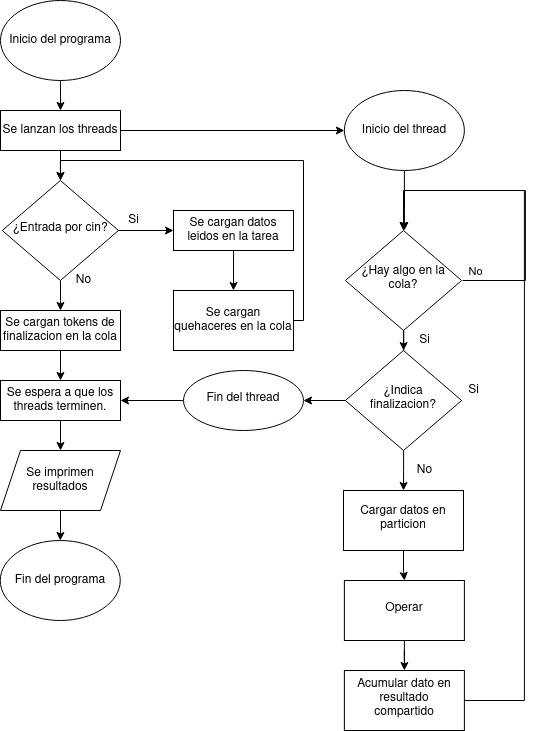
The draw.io diagram images/flow_chart.png in mati1297/tp2_taller1, before a commit. Source tidied: cells renumbered, new cells last; positions are measured from the earlier drawing's top-left corner, leaving out a move shared by most shapes. The source it was exported from:
```xml
<mxGraphModel>
  <root>
    <mxCell id="0" />
    <mxCell id="1" parent="0" />
    <mxCell id="2" style="edgeStyle=orthogonalEdgeStyle;rounded=0;jettySize=auto;html=1;" parent="1" edge="1" target="10">
      <mxGeometry relative="1" as="geometry">
        <mxPoint x="60" y="80" as="sourcePoint" />
      </mxGeometry>
    </mxCell>
    <mxCell id="3" style="edgeStyle=orthogonalEdgeStyle;rounded=0;jettySize=auto;html=1;" parent="1" edge="1" source="5" target="7">
      <mxGeometry relative="1" as="geometry" />
    </mxCell>
    <mxCell id="4" style="edgeStyle=orthogonalEdgeStyle;rounded=0;jettySize=auto;html=1;entryX=0.5;entryY=0;entryDx=0;entryDy=0;" parent="1" edge="1" source="5" target="16">
      <mxGeometry relative="1" as="geometry" />
    </mxCell>
    <mxCell id="5" value="¿Entrada por cin?" style="rhombus;whiteSpace=wrap;html=1;shadow=0;fontFamily=Helvetica;fontSize=12;align=center;strokeWidth=1;spacing=6;spacingTop=-4;" parent="1" vertex="1">
      <mxGeometry x="1.8" y="180" width="116.2" height="100" as="geometry" />
    </mxCell>
    <mxCell id="6" style="edgeStyle=orthogonalEdgeStyle;rounded=0;jettySize=auto;html=1;" parent="1" edge="1" source="7" target="13">
      <mxGeometry relative="1" as="geometry" />
    </mxCell>
    <mxCell id="7" value="&lt;div&gt;Se cargan datos&lt;/div&gt;&lt;div&gt;leidos en la tarea&lt;br&gt;&lt;/div&gt;" style="rounded=0;whiteSpace=wrap;html=1;fontSize=12;glass=0;strokeWidth=1;shadow=0;" parent="1" vertex="1">
      <mxGeometry x="173" y="210" width="120" height="40" as="geometry" />
    </mxCell>
    <mxCell id="8" style="edgeStyle=orthogonalEdgeStyle;rounded=0;jettySize=auto;html=1;" parent="1" edge="1" source="10" target="5">
      <mxGeometry relative="1" as="geometry" />
    </mxCell>
    <mxCell id="9" style="edgeStyle=orthogonalEdgeStyle;rounded=0;jettySize=auto;html=1;entryX=0;entryY=0.5;entryDx=0;entryDy=0;" parent="1" edge="1" source="10" target="24">
      <mxGeometry relative="1" as="geometry" />
    </mxCell>
    <mxCell id="10" value="Se lanzan los threads" style="rounded=0;whiteSpace=wrap;html=1;fontSize=12;glass=0;strokeWidth=1;shadow=0;" parent="1" vertex="1">
      <mxGeometry y="110" width="120" height="40" as="geometry" />
    </mxCell>
    <mxCell id="11" value="Si" style="text;html=1;align=center;verticalAlign=middle;strokeColor=none;fillColor=none;" parent="1" vertex="1">
      <mxGeometry x="118" y="210" width="30" height="20" as="geometry" />
    </mxCell>
    <mxCell id="12" style="edgeStyle=orthogonalEdgeStyle;rounded=0;jettySize=auto;html=1;entryX=0.5;entryY=0;entryDx=0;entryDy=0;" parent="1" edge="1" source="13" target="5">
      <mxGeometry relative="1" as="geometry">
        <Array as="points">
          <mxPoint x="303" y="320" />
          <mxPoint x="303" y="160" />
          <mxPoint x="60" y="160" />
        </Array>
      </mxGeometry>
    </mxCell>
    <mxCell id="13" value="Se cargan quehaceres en la cola" style="whiteSpace=wrap;html=1;rounded=0;shadow=0;strokeWidth=1;glass=0;" parent="1" vertex="1">
      <mxGeometry x="173" y="290" width="120" height="60" as="geometry" />
    </mxCell>
    <mxCell id="14" value="No" style="text;html=1;align=center;verticalAlign=middle;strokeColor=none;fillColor=none;" parent="1" vertex="1">
      <mxGeometry x="68" y="270" width="30" height="20" as="geometry" />
    </mxCell>
    <mxCell id="15" style="edgeStyle=orthogonalEdgeStyle;rounded=0;jettySize=auto;html=1;entryX=0.5;entryY=0;entryDx=0;entryDy=0;" parent="1" edge="1" source="16" target="18">
      <mxGeometry relative="1" as="geometry" />
    </mxCell>
    <mxCell id="16" value="Se cargan tokens de finalizacion en la cola" style="rounded=0;whiteSpace=wrap;html=1;fontSize=12;glass=0;strokeWidth=1;shadow=0;" parent="1" vertex="1">
      <mxGeometry y="310" width="120" height="40" as="geometry" />
    </mxCell>
    <mxCell id="17" style="edgeStyle=orthogonalEdgeStyle;rounded=0;jettySize=auto;html=1;" parent="1" edge="1" source="18" target="20">
      <mxGeometry relative="1" as="geometry" />
    </mxCell>
    <mxCell id="18" value="Se espera a que los threads terminen." style="rounded=0;whiteSpace=wrap;html=1;fontSize=12;glass=0;strokeWidth=1;shadow=0;" parent="1" vertex="1">
      <mxGeometry y="380" width="120" height="40" as="geometry" />
    </mxCell>
    <mxCell id="19" style="edgeStyle=orthogonalEdgeStyle;rounded=0;jettySize=auto;html=1;" parent="1" edge="1" source="20" target="22">
      <mxGeometry relative="1" as="geometry" />
    </mxCell>
    <mxCell id="20" value="Se imprimen resultados" style="shape=parallelogram;perimeter=parallelogramPerimeter;whiteSpace=wrap;html=1;fixedSize=1;rounded=0;shadow=0;glass=0;sketch=0;" parent="1" vertex="1">
      <mxGeometry y="450" width="120" height="60" as="geometry" />
    </mxCell>
    <mxCell id="21" value="Inicio del programa" style="ellipse;whiteSpace=wrap;html=1;rounded=0;shadow=0;glass=0;sketch=0;" parent="1" vertex="1">
      <mxGeometry width="120" height="80" as="geometry" />
    </mxCell>
    <mxCell id="22" value="Fin del programa" style="ellipse;whiteSpace=wrap;html=1;rounded=0;shadow=0;glass=0;sketch=0;" parent="1" vertex="1">
      <mxGeometry x="-0.2" y="540" width="120" height="80" as="geometry" />
    </mxCell>
    <mxCell id="23" style="edgeStyle=orthogonalEdgeStyle;rounded=0;jettySize=auto;html=1;" parent="1" edge="1" source="24" target="28">
      <mxGeometry relative="1" as="geometry" />
    </mxCell>
    <mxCell id="24" value="Inicio del thread" style="ellipse;whiteSpace=wrap;html=1;rounded=0;shadow=0;glass=0;sketch=0;" parent="1" vertex="1">
      <mxGeometry x="343.9" y="90" width="120" height="80" as="geometry" />
    </mxCell>
    <mxCell id="25" style="edgeStyle=orthogonalEdgeStyle;rounded=0;orthogonalLoop=1;jettySize=auto;html=1;" parent="1" edge="1">
      <mxGeometry relative="1" as="geometry">
        <mxPoint x="462.1" y="280" as="sourcePoint" />
        <mxPoint x="403.9" y="230" as="targetPoint" />
        <Array as="points">
          <mxPoint x="524.9" y="280" />
          <mxPoint x="524.9" y="190" />
        </Array>
      </mxGeometry>
    </mxCell>
    <mxCell id="26" value="&lt;div&gt;No&lt;/div&gt;" style="edgeLabel;html=1;align=center;verticalAlign=middle;" parent="25" vertex="1">
      <mxGeometry x="-0.72" y="1" relative="1" as="geometry">
        <mxPoint x="-32" y="-9" as="offset" />
      </mxGeometry>
    </mxCell>
    <mxCell id="27" style="edgeStyle=orthogonalEdgeStyle;rounded=0;jettySize=auto;html=1;" parent="1" edge="1" source="28" target="31">
      <mxGeometry relative="1" as="geometry" />
    </mxCell>
    <mxCell id="28" value="¿Hay algo en la cola?" style="rhombus;whiteSpace=wrap;html=1;shadow=0;fontFamily=Helvetica;fontSize=12;align=center;strokeWidth=1;spacing=6;spacingTop=-4;" parent="1" vertex="1">
      <mxGeometry x="344.9" y="230" width="116.2" height="100" as="geometry" />
    </mxCell>
    <mxCell id="29" style="edgeStyle=orthogonalEdgeStyle;rounded=0;jettySize=auto;html=1;" parent="1" edge="1" source="31" target="34">
      <mxGeometry relative="1" as="geometry" />
    </mxCell>
    <mxCell id="30" style="edgeStyle=orthogonalEdgeStyle;rounded=0;jettySize=auto;html=1;" parent="1" edge="1" source="31" target="37">
      <mxGeometry relative="1" as="geometry" />
    </mxCell>
    <mxCell id="31" value="¿Indica finalizacion?" style="rhombus;whiteSpace=wrap;html=1;shadow=0;fontFamily=Helvetica;fontSize=12;align=center;strokeWidth=1;spacing=6;spacingTop=-4;" parent="1" vertex="1">
      <mxGeometry x="344.9" y="350" width="116.2" height="100" as="geometry" />
    </mxCell>
    <mxCell id="32" value="Si" style="text;html=1;align=center;verticalAlign=middle;strokeColor=none;fillColor=none;" parent="1" vertex="1">
      <mxGeometry x="408.9" y="330" width="30" height="20" as="geometry" />
    </mxCell>
    <mxCell id="33" style="edgeStyle=orthogonalEdgeStyle;rounded=0;jettySize=auto;html=1;entryX=1;entryY=0.5;entryDx=0;entryDy=0;" parent="1" edge="1" source="34" target="18">
      <mxGeometry relative="1" as="geometry" />
    </mxCell>
    <mxCell id="34" value="Fin del thread" style="ellipse;whiteSpace=wrap;html=1;shadow=0;strokeWidth=1;spacing=6;spacingTop=-4;" parent="1" vertex="1">
      <mxGeometry x="183" y="370" width="120" height="60" as="geometry" />
    </mxCell>
    <mxCell id="35" value="Si" style="text;html=1;align=center;verticalAlign=middle;strokeColor=none;fillColor=none;" parent="1" vertex="1">
      <mxGeometry x="458" y="380" width="30" height="20" as="geometry" />
    </mxCell>
    <mxCell id="36" style="edgeStyle=orthogonalEdgeStyle;rounded=0;jettySize=auto;html=1;" parent="1" edge="1" source="37" target="40">
      <mxGeometry relative="1" as="geometry" />
    </mxCell>
    <mxCell id="37" value="Cargar datos en particion" style="whiteSpace=wrap;html=1;shadow=0;strokeWidth=1;spacing=6;spacingTop=-4;direction=west;" parent="1" vertex="1">
      <mxGeometry x="343" y="490" width="120" height="60" as="geometry" />
    </mxCell>
    <mxCell id="38" value="No" style="text;html=1;align=center;verticalAlign=middle;strokeColor=none;fillColor=none;" parent="1" vertex="1">
      <mxGeometry x="408.9" y="460" width="30" height="20" as="geometry" />
    </mxCell>
    <mxCell id="39" style="edgeStyle=orthogonalEdgeStyle;rounded=0;jettySize=auto;html=1;" parent="1" edge="1" source="40" target="42">
      <mxGeometry relative="1" as="geometry" />
    </mxCell>
    <mxCell id="40" value="Operar" style="whiteSpace=wrap;html=1;shadow=0;strokeWidth=1;spacing=6;spacingTop=-4;" parent="1" vertex="1">
      <mxGeometry x="343.9" y="580" width="120" height="60" as="geometry" />
    </mxCell>
    <mxCell id="41" style="edgeStyle=orthogonalEdgeStyle;rounded=0;jettySize=auto;html=1;entryX=0.5;entryY=0;entryDx=0;entryDy=0;" parent="1" edge="1" source="42" target="28">
      <mxGeometry relative="1" as="geometry">
        <Array as="points">
          <mxPoint x="523.9" y="700" />
          <mxPoint x="523.9" y="190" />
          <mxPoint x="402.9" y="190" />
        </Array>
      </mxGeometry>
    </mxCell>
    <mxCell id="42" value="Acumular dato en resultado compartido" style="whiteSpace=wrap;html=1;shadow=0;strokeWidth=1;spacing=6;spacingTop=-4;" parent="1" vertex="1">
      <mxGeometry x="343.9" y="670" width="120" height="60" as="geometry" />
    </mxCell>
  </root>
</mxGraphModel>
```
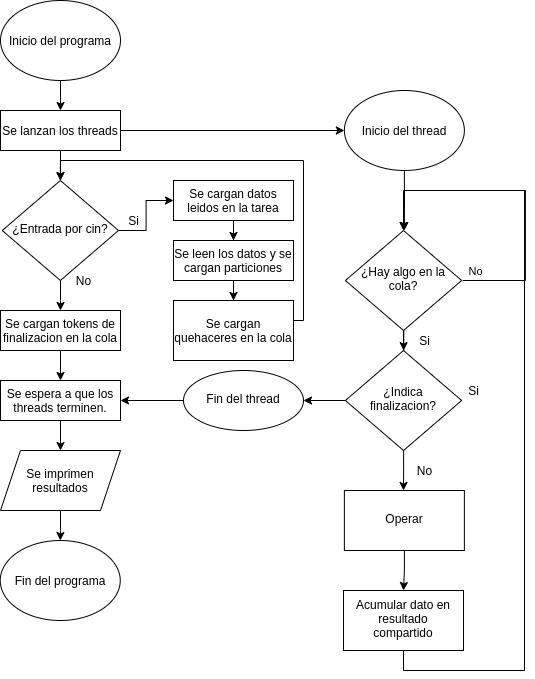
Later version of the same file.

Change to the diagram source:
```diff
@@ -16,11 +16,11 @@
     <mxCell id="5" value="¿Entrada por cin?" style="rhombus;whiteSpace=wrap;html=1;shadow=0;fontFamily=Helvetica;fontSize=12;align=center;strokeWidth=1;spacing=6;spacingTop=-4;" parent="1" vertex="1">
       <mxGeometry x="1.8" y="180" width="116.2" height="100" as="geometry" />
     </mxCell>
-    <mxCell id="6" style="edgeStyle=orthogonalEdgeStyle;rounded=0;jettySize=auto;html=1;" parent="1" edge="1" source="7" target="13">
-      <mxGeometry relative="1" as="geometry" />
-    </mxCell>
+    <mxCell id="43" style="edgeStyle=orthogonalEdgeStyle;rounded=0;jettySize=auto;html=1;" parent="1" edge="1" source="7" target="45">
+      <mxGeometry relative="1" as="geometry" />
+    </mxCell>
     <mxCell id="7" value="&lt;div&gt;Se cargan datos&lt;/div&gt;&lt;div&gt;leidos en la tarea&lt;br&gt;&lt;/div&gt;" style="rounded=0;whiteSpace=wrap;html=1;fontSize=12;glass=0;strokeWidth=1;shadow=0;" parent="1" vertex="1">
-      <mxGeometry x="173" y="210" width="120" height="40" as="geometry" />
+      <mxGeometry x="173" y="180" width="120" height="40" as="geometry" />
     </mxCell>
     <mxCell id="8" style="edgeStyle=orthogonalEdgeStyle;rounded=0;jettySize=auto;html=1;" parent="1" edge="1" source="10" target="5">
       <mxGeometry relative="1" as="geometry" />
@@ -44,7 +44,7 @@
       </mxGeometry>
     </mxCell>
     <mxCell id="13" value="Se cargan quehaceres en la cola" style="whiteSpace=wrap;html=1;rounded=0;shadow=0;strokeWidth=1;glass=0;" parent="1" vertex="1">
-      <mxGeometry x="173" y="290" width="120" height="60" as="geometry" />
+      <mxGeometry x="173" y="300" width="120" height="60" as="geometry" />
     </mxCell>
     <mxCell id="14" value="No" style="text;html=1;align=center;verticalAlign=middle;strokeColor=none;fillColor=none;" parent="1" vertex="1">
       <mxGeometry x="68" y="270" width="30" height="20" as="geometry" />
@@ -103,8 +103,10 @@
     <mxCell id="29" style="edgeStyle=orthogonalEdgeStyle;rounded=0;jettySize=auto;html=1;" parent="1" edge="1" source="31" target="34">
       <mxGeometry relative="1" as="geometry" />
     </mxCell>
-    <mxCell id="30" style="edgeStyle=orthogonalEdgeStyle;rounded=0;jettySize=auto;html=1;" parent="1" edge="1" source="31" target="37">
-      <mxGeometry relative="1" as="geometry" />
+    <mxCell id="30" style="edgeStyle=orthogonalEdgeStyle;rounded=0;jettySize=auto;html=1;" parent="1" edge="1" source="31">
+      <mxGeometry relative="1" as="geometry">
+        <mxPoint x="403" y="490" as="targetPoint" />
+      </mxGeometry>
     </mxCell>
     <mxCell id="31" value="¿Indica finalizacion?" style="rhombus;whiteSpace=wrap;html=1;shadow=0;fontFamily=Helvetica;fontSize=12;align=center;strokeWidth=1;spacing=6;spacingTop=-4;" parent="1" vertex="1">
       <mxGeometry x="344.9" y="350" width="116.2" height="100" as="geometry" />
@@ -121,12 +123,6 @@
     <mxCell id="35" value="Si" style="text;html=1;align=center;verticalAlign=middle;strokeColor=none;fillColor=none;" parent="1" vertex="1">
       <mxGeometry x="458" y="380" width="30" height="20" as="geometry" />
     </mxCell>
-    <mxCell id="36" style="edgeStyle=orthogonalEdgeStyle;rounded=0;jettySize=auto;html=1;" parent="1" edge="1" source="37" target="40">
-      <mxGeometry relative="1" as="geometry" />
-    </mxCell>
-    <mxCell id="37" value="Cargar datos en particion" style="whiteSpace=wrap;html=1;shadow=0;strokeWidth=1;spacing=6;spacingTop=-4;direction=west;" parent="1" vertex="1">
-      <mxGeometry x="343" y="490" width="120" height="60" as="geometry" />
-    </mxCell>
     <mxCell id="38" value="No" style="text;html=1;align=center;verticalAlign=middle;strokeColor=none;fillColor=none;" parent="1" vertex="1">
       <mxGeometry x="408.9" y="460" width="30" height="20" as="geometry" />
     </mxCell>
@@ -134,19 +130,28 @@
       <mxGeometry relative="1" as="geometry" />
     </mxCell>
     <mxCell id="40" value="Operar" style="whiteSpace=wrap;html=1;shadow=0;strokeWidth=1;spacing=6;spacingTop=-4;" parent="1" vertex="1">
-      <mxGeometry x="343.9" y="580" width="120" height="60" as="geometry" />
+      <mxGeometry x="343.9" y="490" width="120" height="60" as="geometry" />
     </mxCell>
     <mxCell id="41" style="edgeStyle=orthogonalEdgeStyle;rounded=0;jettySize=auto;html=1;entryX=0.5;entryY=0;entryDx=0;entryDy=0;" parent="1" edge="1" source="42" target="28">
       <mxGeometry relative="1" as="geometry">
         <Array as="points">
-          <mxPoint x="523.9" y="700" />
-          <mxPoint x="523.9" y="190" />
-          <mxPoint x="402.9" y="190" />
+          <mxPoint x="403" y="670" />
+          <mxPoint x="524" y="670" />
+          <mxPoint x="524" y="190" />
+          <mxPoint x="403" y="190" />
         </Array>
       </mxGeometry>
     </mxCell>
     <mxCell id="42" value="Acumular dato en resultado compartido" style="whiteSpace=wrap;html=1;shadow=0;strokeWidth=1;spacing=6;spacingTop=-4;" parent="1" vertex="1">
-      <mxGeometry x="343.9" y="670" width="120" height="60" as="geometry" />
+      <mxGeometry x="343" y="590" width="120" height="60" as="geometry" />
     </mxCell>
+    <mxCell id="44" style="edgeStyle=orthogonalEdgeStyle;rounded=0;jettySize=auto;html=1;" parent="1" edge="1" source="45">
+      <mxGeometry relative="1" as="geometry">
+        <mxPoint x="233" y="300" as="targetPoint" />
+      </mxGeometry>
+    </mxCell>
+    <mxCell id="45" value="&lt;div&gt;Se leen los datos y se cargan particiones&lt;/div&gt;" style="rounded=0;whiteSpace=wrap;html=1;fontSize=12;glass=0;strokeWidth=1;shadow=0;" parent="1" vertex="1">
+      <mxGeometry x="173" y="240" width="120" height="40" as="geometry" />
+    </mxCell>
   </root>
 </mxGraphModel>
```
